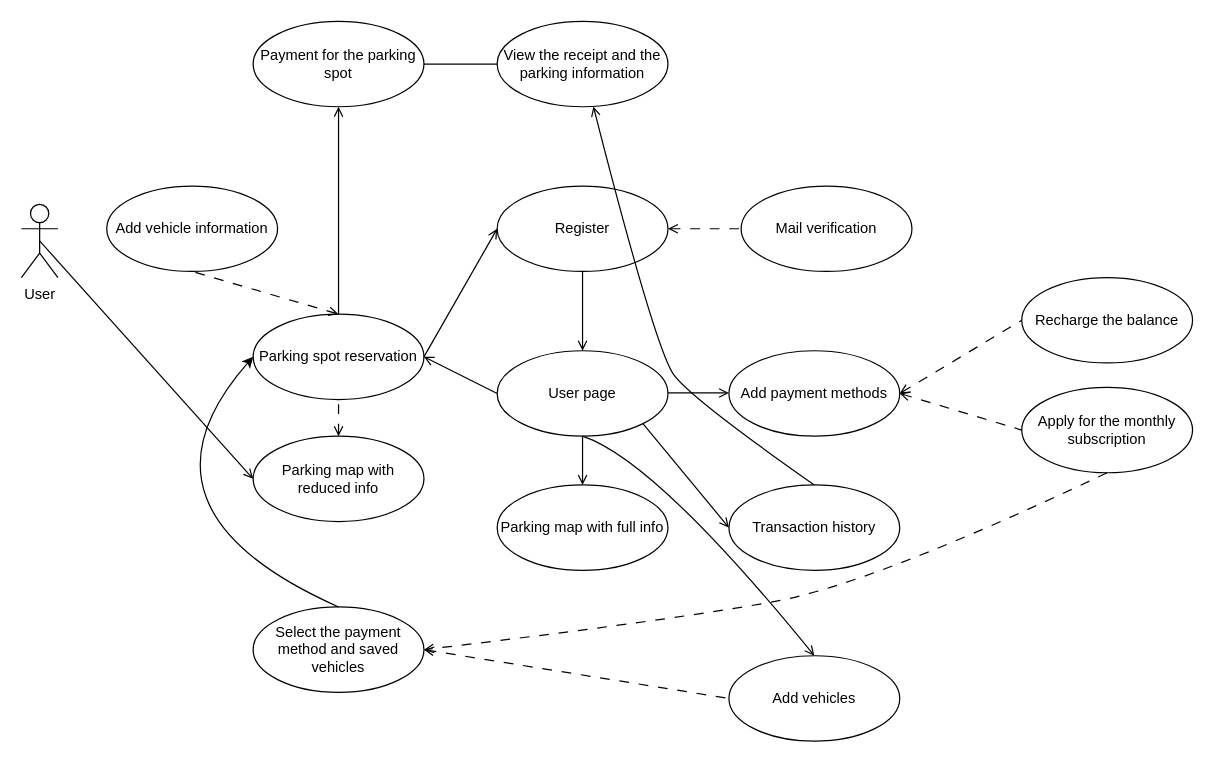
whosneksio/coolpark keeps this draw.io diagram as Diagram bez tytułu.drawio. Above is the earlier version. Source tidied: cells renumbered, new cells numbered last; positions are measured from the earlier drawing's top-left corner, leaving out a move shared by most shapes. Both pictures are drawn from the tidied source at 122%, with x=0, y=0 at pixel (21, 21).
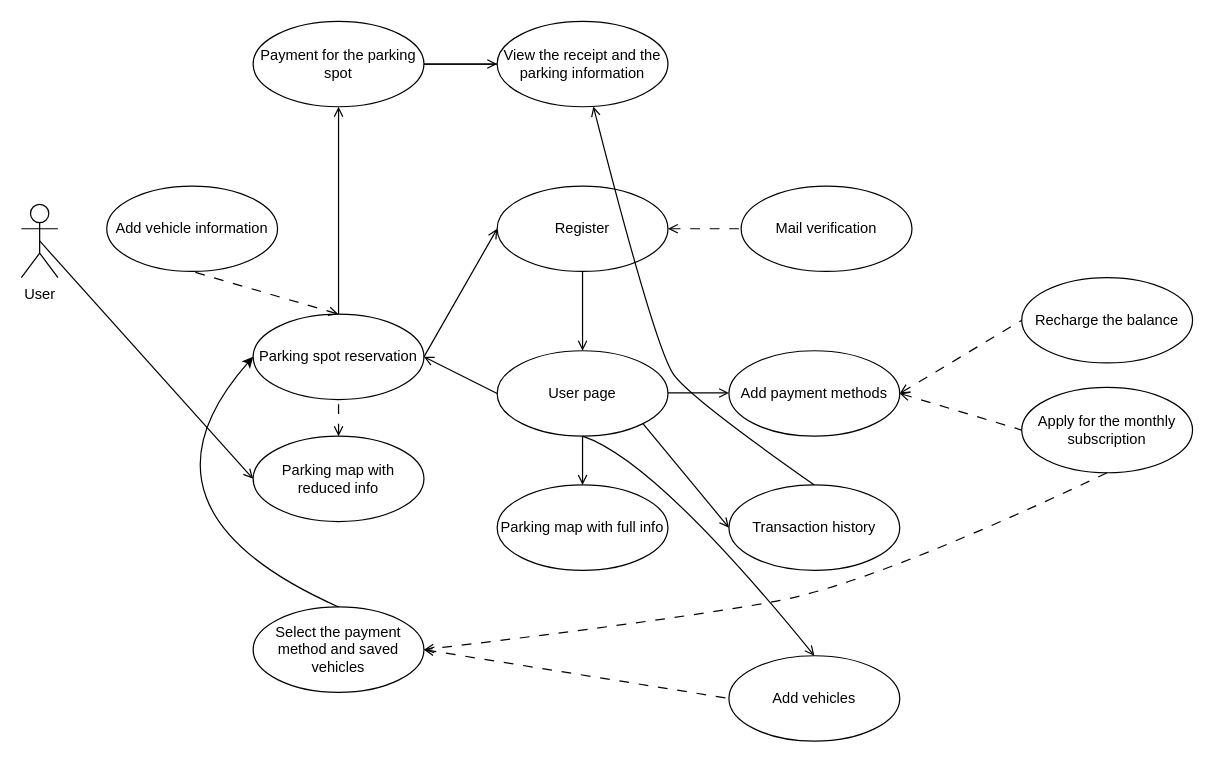
Above is the later version.

The change refers to these unchanged cells:
```xml
<mxCell id="9" value="Payment for the parking spot" style="ellipse;whiteSpace=wrap;html=1;" parent="1" vertex="1">
  <mxGeometry x="190" width="140" height="70" as="geometry" />
</mxCell>
<mxCell id="11" value="View the receipt and the parking information" style="ellipse;whiteSpace=wrap;html=1;" parent="1" vertex="1">
  <mxGeometry x="390" width="140" height="70" as="geometry" />
</mxCell>
```

Change to the diagram source:
```diff
@@
+    <mxCell id="37" style="endArrow=none;html=1;rounded=0;startArrow=open;startFill=0;entryX=1;entryY=0.5;entryDx=0;entryDy=0;exitX=0;exitY=0.5;exitDx=0;exitDy=0;" parent="1" edge="1" source="11" target="9">
+      <mxGeometry relative="1" as="geometry" />
+    </mxCell>
```
